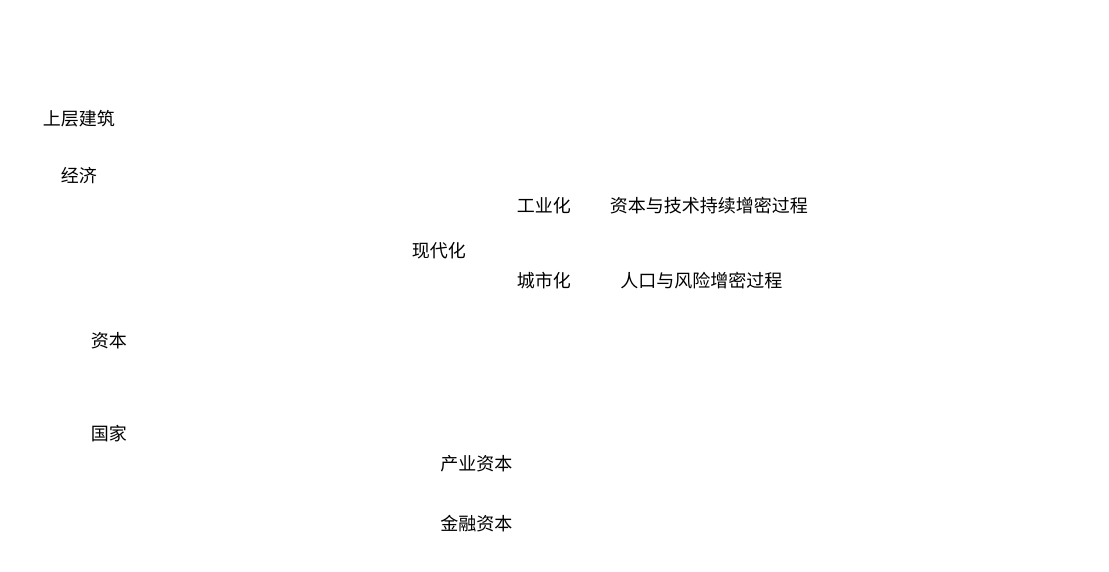
Before: 告别百年激进.drawio in Tangocc/draw.io, a draw.io diagram. Source tidied: cells renumbered, new cells numbered last; positions are measured from the earlier drawing's top-left corner, leaving out a move shared by most shapes. Both pictures are drawn from the tidied source at 150%, with x=0, y=0 at pixel (26, 96).
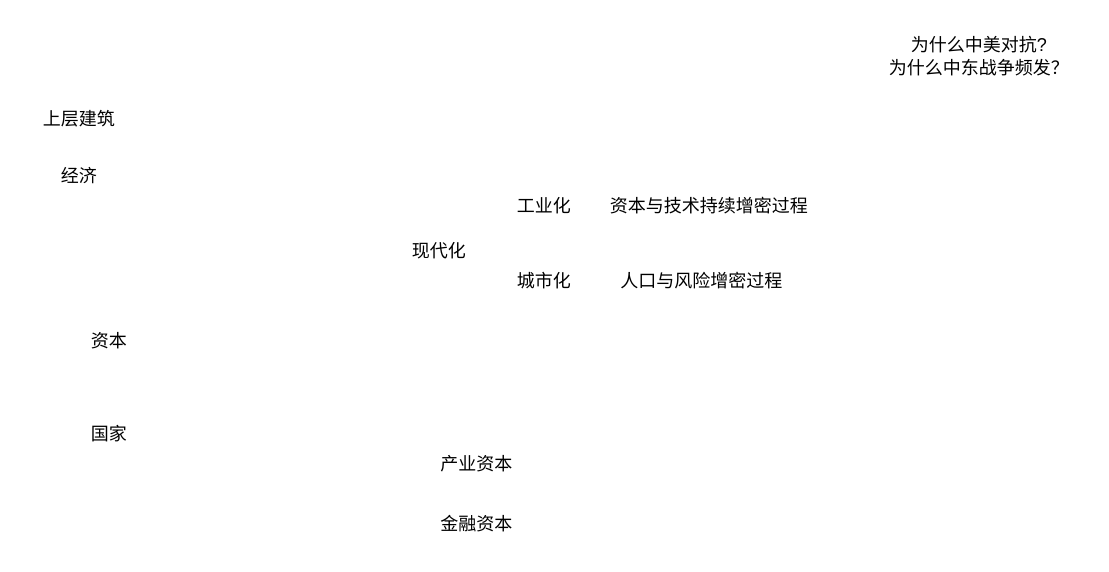
Above is the later version.

Commit message (it also covers changes not shown here):
更新告别百年激进.drawio

Diff of the diagram source:
```diff
@@
 <mxGraphModel>
   <root>
     <mxCell id="0" />
     <mxCell id="1" parent="0" />
     <mxCell id="2" value="资本" style="text;html=1;align=center;verticalAlign=middle;strokeColor=none;fillColor=none;" parent="1" vertex="1">
       <mxGeometry x="30" y="148" width="50" height="30" as="geometry" />
     </mxCell>
     <mxCell id="3" value="产业资本" style="text;html=1;align=center;verticalAlign=middle;strokeColor=none;fillColor=none;" parent="1" vertex="1">
       <mxGeometry x="265" y="230" width="70" height="30" as="geometry" />
     </mxCell>
     <mxCell id="4" value="金融资本" style="text;html=1;align=center;verticalAlign=middle;strokeColor=none;fillColor=none;" parent="1" vertex="1">
       <mxGeometry x="265" y="270" width="70" height="30" as="geometry" />
     </mxCell>
     <mxCell id="5" value="国家" style="text;html=1;align=center;verticalAlign=middle;strokeColor=none;fillColor=none;" parent="1" vertex="1">
       <mxGeometry x="30" y="210" width="50" height="30" as="geometry" />
     </mxCell>
     <mxCell id="6" value="现代化" style="text;html=1;align=center;verticalAlign=middle;strokeColor=none;fillColor=none;" parent="1" vertex="1">
       <mxGeometry x="245" y="88" width="60" height="30" as="geometry" />
     </mxCell>
     <mxCell id="7" value="工业化" style="text;html=1;align=center;verticalAlign=middle;strokeColor=none;fillColor=none;" parent="1" vertex="1">
       <mxGeometry x="315" y="58" width="60" height="30" as="geometry" />
     </mxCell>
     <mxCell id="8" value="城市化" style="text;html=1;align=center;verticalAlign=middle;strokeColor=none;fillColor=none;" parent="1" vertex="1">
       <mxGeometry x="315" y="108" width="60" height="30" as="geometry" />
     </mxCell>
     <mxCell id="9" value="经济" style="text;html=1;align=center;verticalAlign=middle;strokeColor=none;fillColor=none;" parent="1" vertex="1">
       <mxGeometry x="10" y="38" width="50" height="30" as="geometry" />
     </mxCell>
     <mxCell id="10" value="上层建筑" style="text;html=1;align=center;verticalAlign=middle;strokeColor=none;fillColor=none;" parent="1" vertex="1">
       <mxGeometry width="70" height="30" as="geometry" />
     </mxCell>
     <mxCell id="11" value="资本与技术持续增密过程" style="text;html=1;align=center;verticalAlign=middle;strokeColor=none;fillColor=none;" parent="1" vertex="1">
       <mxGeometry x="375" y="58" width="160" height="30" as="geometry" />
     </mxCell>
     <mxCell id="12" value="人口与风险增密过程" style="text;html=1;align=center;verticalAlign=middle;strokeColor=none;fillColor=none;" parent="1" vertex="1">
       <mxGeometry x="385" y="108" width="130" height="30" as="geometry" />
     </mxCell>
+    <mxCell id="13" value="为什么中美对抗?&lt;br&gt;为什么中东战争频发？" style="text;html=1;align=center;verticalAlign=middle;strokeColor=none;fillColor=none;" parent="1" vertex="1">
+      <mxGeometry x="565" y="-47" width="140" height="40" as="geometry" />
+    </mxCell>
   </root>
 </mxGraphModel>
```
